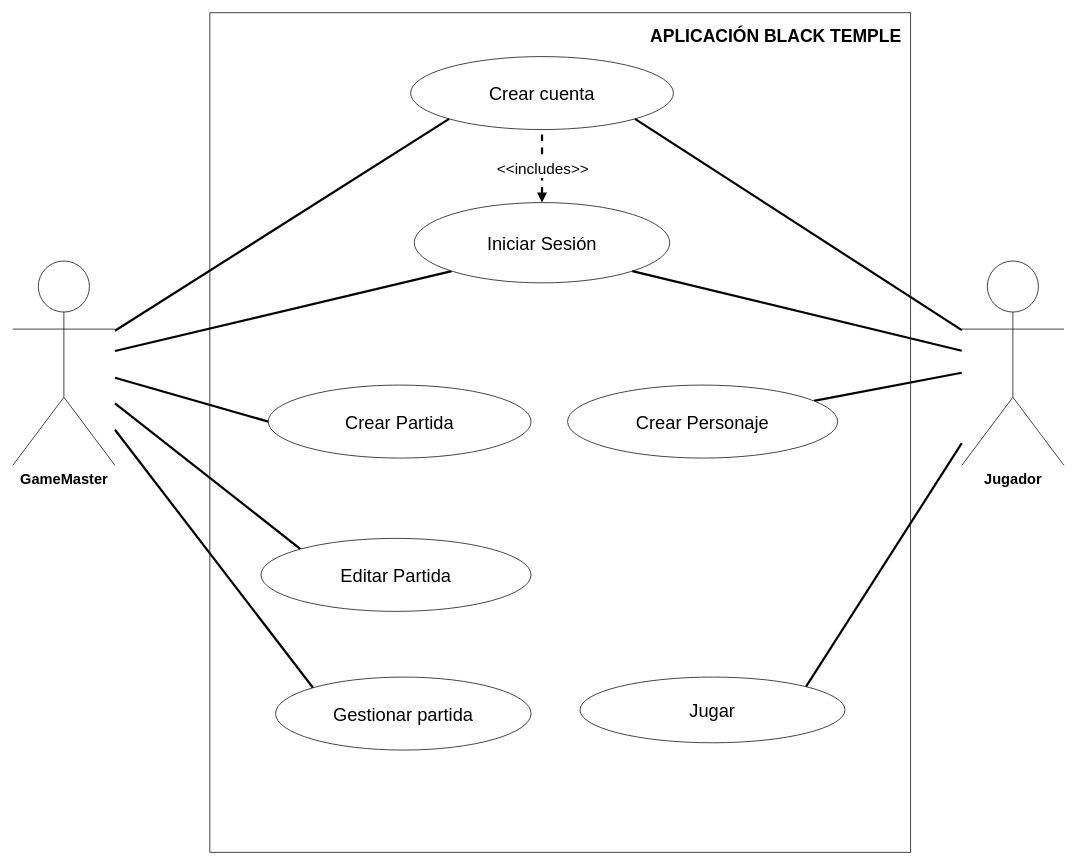
The draw.io diagram diagrams/diagramaCasosUso.drawio in gonzalopozo/proyecto-integrador-1-daw-gonzalo-manuel-daniel-hector, before the edit. Source tidied: cells renumbered, new cells numbered last; positions are measured from the earlier drawing's top-left corner, leaving out a move shared by most shapes. Both pictures are drawn from the tidied source at 73%, with x=0, y=0 at pixel (12, 12).
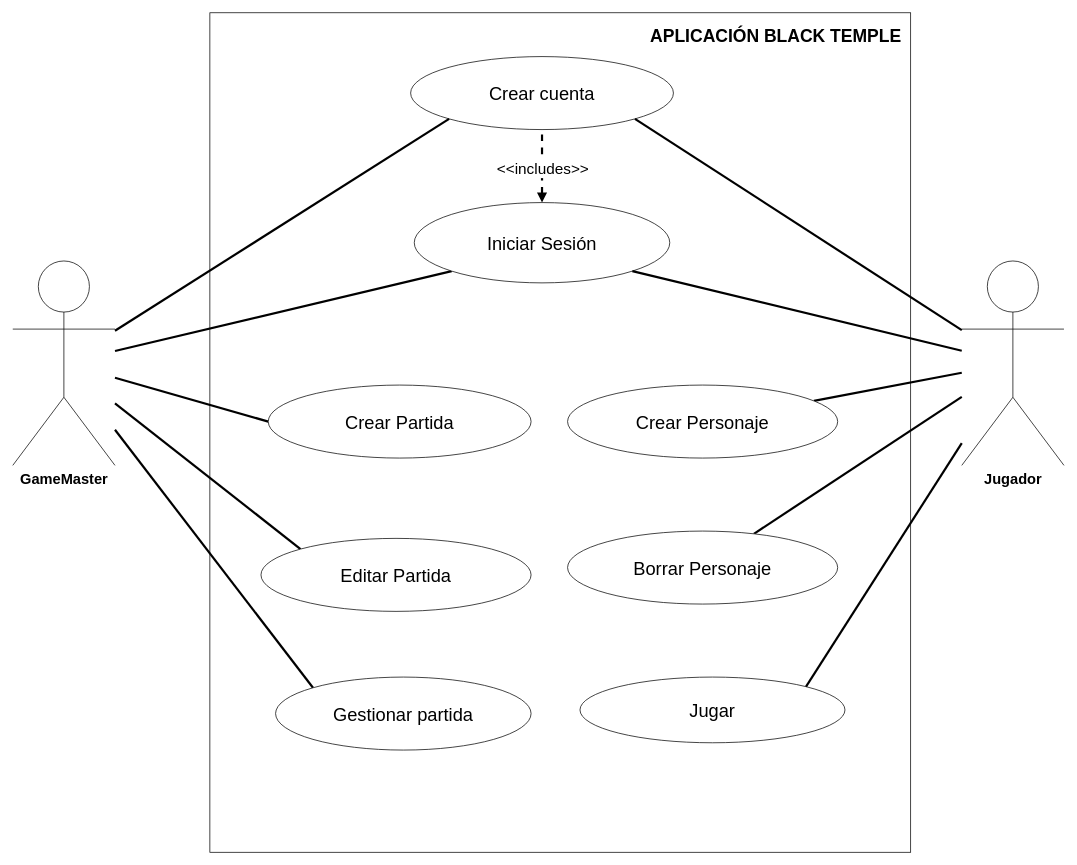
The same page after the edit.

Unchanged cells that the change refers to:
```xml
<mxCell id="21" value="&lt;font style=&quot;font-size: 20px;&quot;&gt;&lt;b&gt;Jugador&lt;/b&gt;&lt;/font&gt;" style="shape=umlActor;verticalLabelPosition=bottom;verticalAlign=top;html=1;outlineConnect=0;" parent="1" vertex="1">
  <mxGeometry x="1300" y="340" width="140" height="280" as="geometry" />
</mxCell>
```

Change to the diagram source:
```diff
@@
+    <mxCell id="24" style="edgeStyle=none;html=1;endArrow=none;endFill=0;fontSize=20;strokeWidth=3;startArrow=none;startFill=0;" parent="1" edge="1" source="21" target="25">
+      <mxGeometry relative="1" as="geometry" />
+    </mxCell>
@@
+    <mxCell id="25" value="&lt;font style=&quot;font-size: 25px;&quot;&gt;Borrar Personaje&lt;/font&gt;" style="ellipse;whiteSpace=wrap;html=1;fontSize=25;" parent="1" vertex="1">
+      <mxGeometry x="760" y="710" width="370" height="100" as="geometry" />
+    </mxCell>
```
